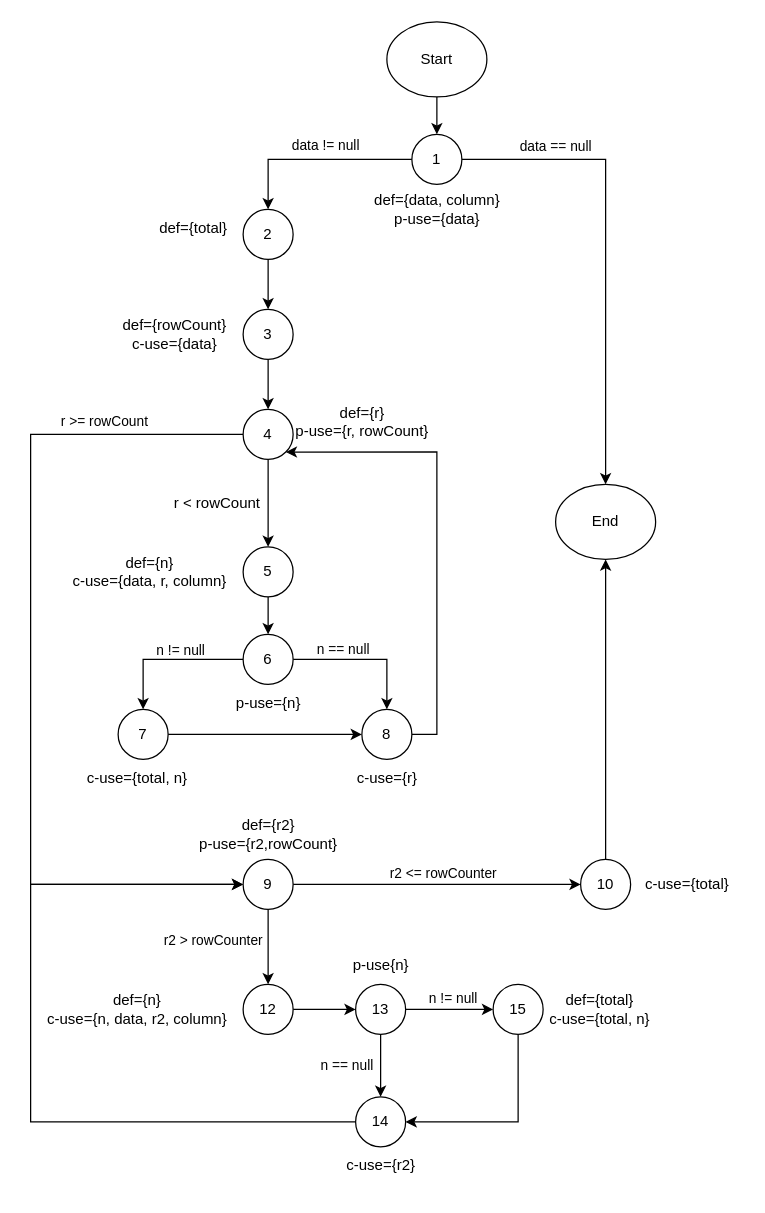
Earlier version of the draw.io diagram CalculateColumnTotalDataFlow.drawio (seng438-winter-2024/seng438-a3-FindlayMB). Source tidied: cells renumbered, new cells numbered last; positions are measured from the earlier drawing's top-left corner, leaving out a move shared by most shapes. Both pictures are drawn from the tidied source at 125%, with x=0, y=0 at pixel (30, 21).
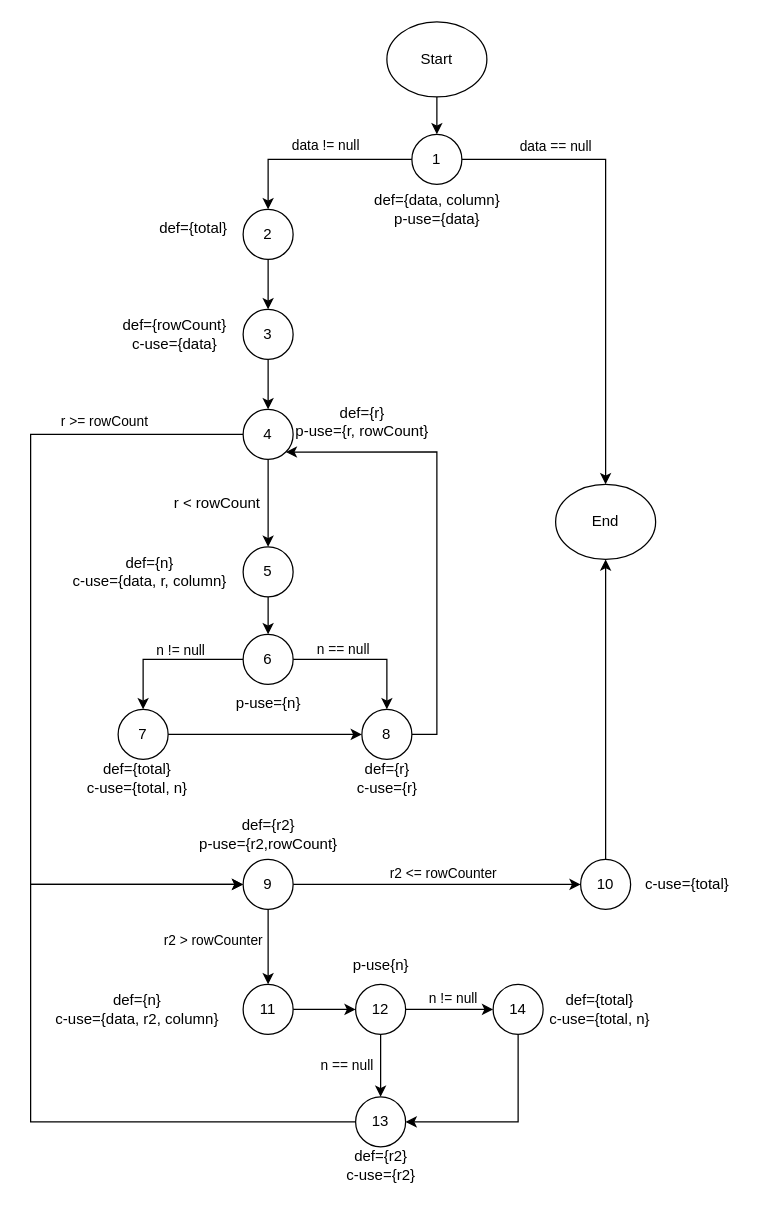
Above is the later version.

What changed in the source:
```diff
@@
-    <mxCell id="38" value="c-use={total, n}" style="text;html=1;align=center;verticalAlign=middle;strokeColor=none;fillColor=none;" parent="1" vertex="1">
-      <mxGeometry x="35" y="590" width="100" height="30" as="geometry" />
+    <mxCell id="38" value="&lt;div&gt;def={total}&lt;br&gt;&lt;/div&gt;c-use={total, n}" style="text;html=1;align=center;verticalAlign=middle;strokeColor=none;fillColor=none;" parent="1" vertex="1">
+      <mxGeometry x="35" y="585" width="100" height="40" as="geometry" />
     </mxCell>
-    <mxCell id="39" value="c-use={r}" style="text;html=1;align=center;verticalAlign=middle;strokeColor=none;fillColor=none;" parent="1" vertex="1">
-      <mxGeometry x="250" y="590" width="70" height="30" as="geometry" />
+    <mxCell id="39" value="&lt;div&gt;def={r}&lt;br&gt;&lt;/div&gt;c-use={r}" style="text;html=1;align=center;verticalAlign=middle;strokeColor=none;fillColor=none;" parent="1" vertex="1">
+      <mxGeometry x="250" y="585" width="70" height="40" as="geometry" />
     </mxCell>
@@
-    <mxCell id="47" value="12" style="ellipse;whiteSpace=wrap;html=1;" parent="1" vertex="1">
+    <mxCell id="47" value="11" style="ellipse;whiteSpace=wrap;html=1;" parent="1" vertex="1">
       <mxGeometry x="170" y="770" width="40" height="40" as="geometry" />
     </mxCell>
@@
-    <mxCell id="50" value="13" style="ellipse;whiteSpace=wrap;html=1;" parent="1" vertex="1">
+    <mxCell id="50" value="12" style="ellipse;whiteSpace=wrap;html=1;" parent="1" vertex="1">
       <mxGeometry x="260" y="770" width="40" height="40" as="geometry" />
     </mxCell>
-    <mxCell id="51" value="def={n}&lt;br&gt;c-use={n, data, r2, column}" style="text;html=1;align=center;verticalAlign=middle;strokeColor=none;fillColor=none;" parent="1" vertex="1">
-      <mxGeometry y="770" width="170" height="40" as="geometry" />
+    <mxCell id="51" value="def={n}&lt;br&gt;c-use={data, r2, column}" style="text;html=1;align=center;verticalAlign=middle;strokeColor=none;fillColor=none;" parent="1" vertex="1">
+      <mxGeometry x="10" y="770" width="150" height="40" as="geometry" />
     </mxCell>
@@
-    <mxCell id="54" value="14" style="ellipse;whiteSpace=wrap;html=1;" parent="1" vertex="1">
+    <mxCell id="54" value="13" style="ellipse;whiteSpace=wrap;html=1;" parent="1" vertex="1">
       <mxGeometry x="260" y="860" width="40" height="40" as="geometry" />
     </mxCell>
@@
-    <mxCell id="57" value="c-use={r2}" style="text;html=1;align=center;verticalAlign=middle;strokeColor=none;fillColor=none;" parent="1" vertex="1">
-      <mxGeometry x="240" y="900" width="80" height="30" as="geometry" />
+    <mxCell id="57" value="&lt;div&gt;def={r2}&lt;br&gt;&lt;/div&gt;c-use={r2}" style="text;html=1;align=center;verticalAlign=middle;strokeColor=none;fillColor=none;" parent="1" vertex="1">
+      <mxGeometry x="240" y="895" width="80" height="40" as="geometry" />
     </mxCell>
@@
-    <mxCell id="59" value="15" style="ellipse;whiteSpace=wrap;html=1;" parent="1" vertex="1">
+    <mxCell id="59" value="14" style="ellipse;whiteSpace=wrap;html=1;" parent="1" vertex="1">
       <mxGeometry x="370" y="770" width="40" height="40" as="geometry" />
     </mxCell>
```
